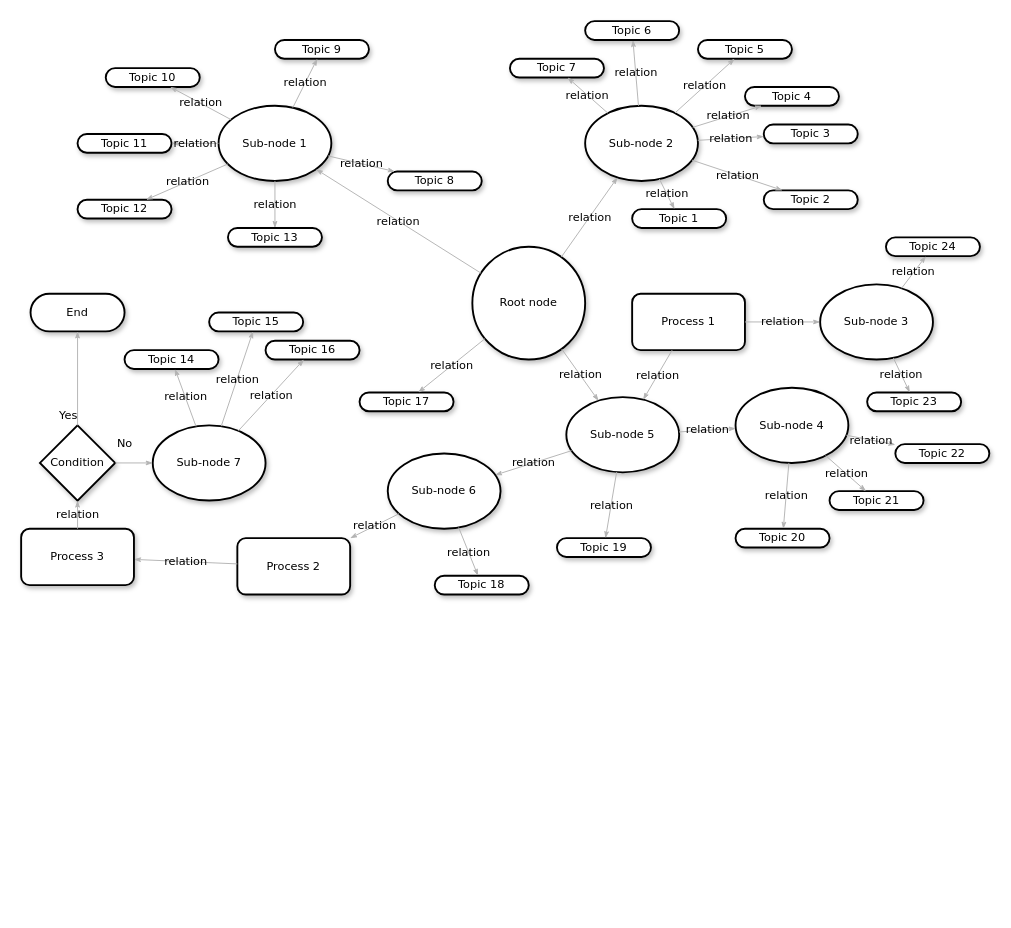
This is zhuanxiang_1.drawio from snowolfhawk/ceph-scripts, a draw.io file, before an edit. Source tidied: cells renumbered, new cells numbered last; positions are measured from the earlier drawing's top-left corner, leaving out a move shared by most shapes. Both pictures are drawn from the tidied source at 94%, with x=0, y=0 at pixel (21, 21).
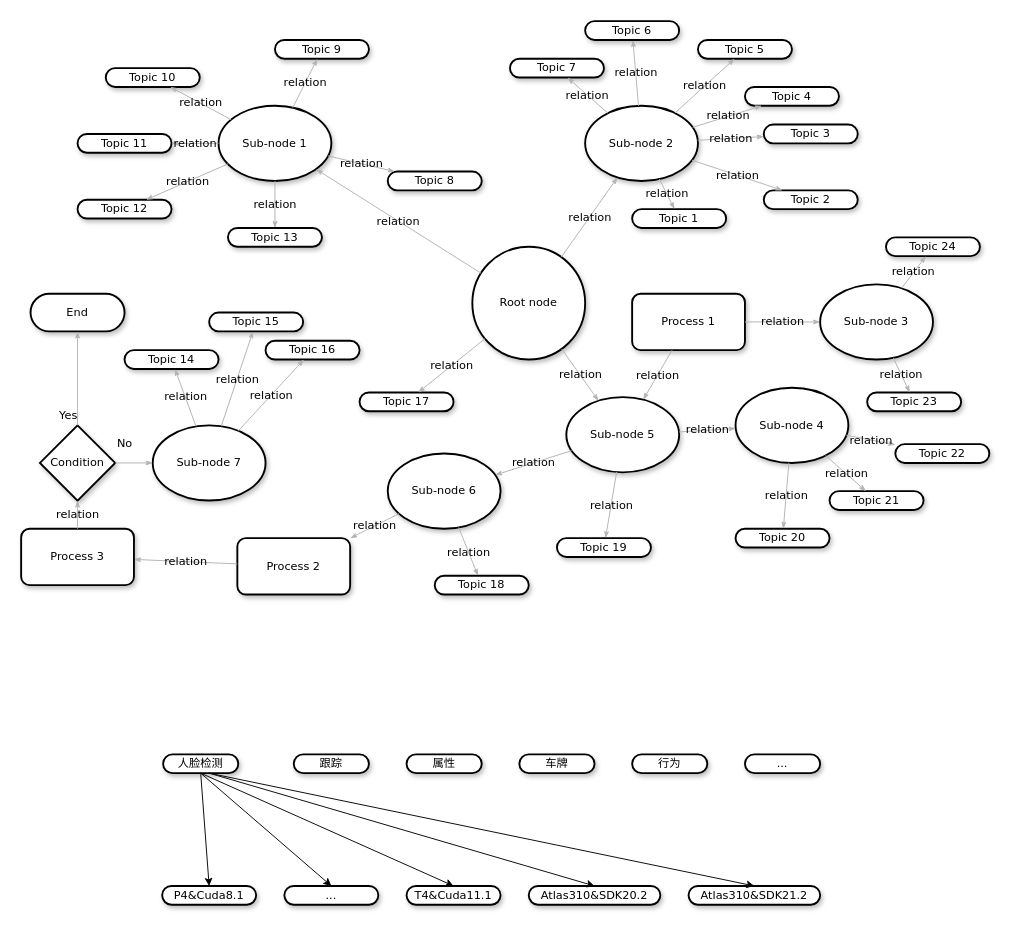
After the change.

What changed in the source:
```diff
@@
+    <mxCell id="75" value="人脸检测" style="whiteSpace=wrap;html=1;rounded=1;shadow=1;comic=0;labelBackgroundColor=none;strokeWidth=2;fontFamily=Verdana;fontSize=12;align=center;arcSize=50;" parent="1" vertex="1">
+      <mxGeometry x="151" y="780" width="80" height="20" as="geometry" />
+    </mxCell>
+    <mxCell id="76" value="跟踪" style="whiteSpace=wrap;html=1;rounded=1;shadow=1;comic=0;labelBackgroundColor=none;strokeWidth=2;fontFamily=Verdana;fontSize=12;align=center;arcSize=50;" parent="1" vertex="1">
+      <mxGeometry x="290" y="780" width="80" height="20" as="geometry" />
+    </mxCell>
+    <mxCell id="77" value="属性" style="whiteSpace=wrap;html=1;rounded=1;shadow=1;comic=0;labelBackgroundColor=none;strokeWidth=2;fontFamily=Verdana;fontSize=12;align=center;arcSize=50;" parent="1" vertex="1">
+      <mxGeometry x="410" y="780" width="80" height="20" as="geometry" />
+    </mxCell>
+    <mxCell id="78" value="车牌" style="whiteSpace=wrap;html=1;rounded=1;shadow=1;comic=0;labelBackgroundColor=none;strokeWidth=2;fontFamily=Verdana;fontSize=12;align=center;arcSize=50;" parent="1" vertex="1">
+      <mxGeometry x="530" y="780" width="80" height="20" as="geometry" />
+    </mxCell>
+    <mxCell id="79" value="行为" style="whiteSpace=wrap;html=1;rounded=1;shadow=1;comic=0;labelBackgroundColor=none;strokeWidth=2;fontFamily=Verdana;fontSize=12;align=center;arcSize=50;" parent="1" vertex="1">
+      <mxGeometry x="650" y="780" width="80" height="20" as="geometry" />
+    </mxCell>
+    <mxCell id="80" value="..." style="whiteSpace=wrap;html=1;rounded=1;shadow=1;comic=0;labelBackgroundColor=none;strokeWidth=2;fontFamily=Verdana;fontSize=12;align=center;arcSize=50;" parent="1" vertex="1">
+      <mxGeometry x="770" y="780" width="80" height="20" as="geometry" />
+    </mxCell>
+    <mxCell id="81" value="P4&amp;amp;Cuda8.1" style="whiteSpace=wrap;html=1;rounded=1;shadow=1;comic=0;labelBackgroundColor=none;strokeWidth=2;fontFamily=Verdana;fontSize=12;align=center;arcSize=50;" parent="1" vertex="1">
+      <mxGeometry x="150" y="920" width="100" height="20" as="geometry" />
+    </mxCell>
+    <mxCell id="82" value="..." style="whiteSpace=wrap;html=1;rounded=1;shadow=1;comic=0;labelBackgroundColor=none;strokeWidth=2;fontFamily=Verdana;fontSize=12;align=center;arcSize=50;" parent="1" vertex="1">
+      <mxGeometry x="280" y="920" width="100" height="20" as="geometry" />
+    </mxCell>
+    <mxCell id="83" value="T4&amp;amp;Cuda11.1" style="whiteSpace=wrap;html=1;rounded=1;shadow=1;comic=0;labelBackgroundColor=none;strokeWidth=2;fontFamily=Verdana;fontSize=12;align=center;arcSize=50;" parent="1" vertex="1">
+      <mxGeometry x="410" y="920" width="100" height="20" as="geometry" />
+    </mxCell>
+    <mxCell id="84" value="Atlas310&amp;amp;SDK20.2" style="whiteSpace=wrap;html=1;rounded=1;shadow=1;comic=0;labelBackgroundColor=none;strokeWidth=2;fontFamily=Verdana;fontSize=12;align=center;arcSize=50;" parent="1" vertex="1">
+      <mxGeometry x="540" y="920" width="140" height="20" as="geometry" />
+    </mxCell>
+    <mxCell id="85" value="Atlas310&amp;amp;SDK21.2" style="whiteSpace=wrap;html=1;rounded=1;shadow=1;comic=0;labelBackgroundColor=none;strokeWidth=2;fontFamily=Verdana;fontSize=12;align=center;arcSize=50;" parent="1" vertex="1">
+      <mxGeometry x="710" y="920" width="140" height="20" as="geometry" />
+    </mxCell>
+    <mxCell id="86" style="endArrow=classic;html=1;rounded=0;entryX=0.5;entryY=0;entryDx=0;entryDy=0;exitX=0.5;exitY=1;exitDx=0;exitDy=0;" parent="1" edge="1" source="75" target="82">
+      <mxGeometry relative="1" as="geometry" />
+    </mxCell>
+    <mxCell id="87" style="endArrow=classic;html=1;rounded=0;exitX=0.5;exitY=1;exitDx=0;exitDy=0;entryX=0.5;entryY=0;entryDx=0;entryDy=0;" parent="1" edge="1" source="75" target="83">
+      <mxGeometry relative="1" as="geometry" />
+    </mxCell>
+    <mxCell id="88" style="endArrow=classic;html=1;rounded=0;entryX=0.5;entryY=0;entryDx=0;entryDy=0;" parent="1" edge="1" target="84">
+      <mxGeometry relative="1" as="geometry">
+        <mxPoint x="200" y="800" as="sourcePoint" />
+      </mxGeometry>
+    </mxCell>
+    <mxCell id="89" style="endArrow=classic;html=1;rounded=0;entryX=0.5;entryY=0;entryDx=0;entryDy=0;" parent="1" edge="1" target="85">
+      <mxGeometry relative="1" as="geometry">
+        <mxPoint x="200" y="800" as="sourcePoint" />
+      </mxGeometry>
+    </mxCell>
+    <mxCell id="90" style="endArrow=classic;html=1;rounded=0;exitX=0.5;exitY=1;exitDx=0;exitDy=0;entryX=0.5;entryY=0;entryDx=0;entryDy=0;" parent="1" edge="1" source="75" target="81">
+      <mxGeometry relative="1" as="geometry" />
+    </mxCell>
```
